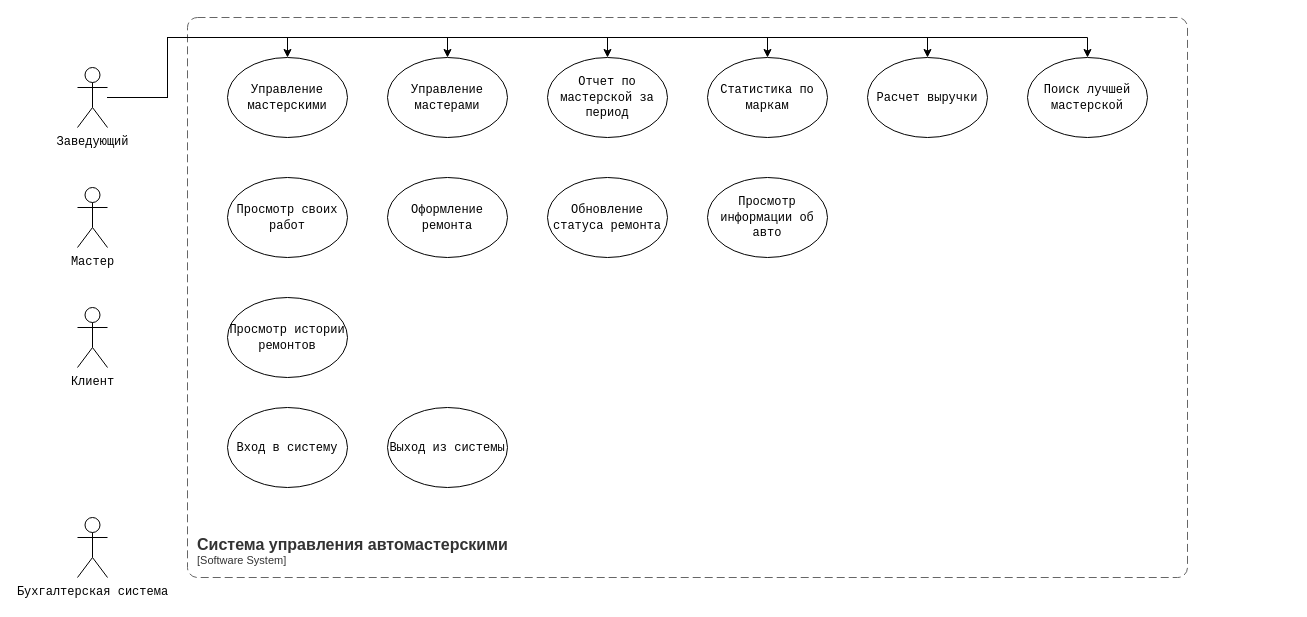
Above: drawio/p1.drawio in NgdMav/tpmp-lab4-uml (draw.io), before the change. Source tidied: cells renumbered, new cells numbered last; positions are measured from the earlier drawing's top-left corner, leaving out a move shared by most shapes. Both pictures are drawn from the tidied source at 100%, with x=0, y=0 at pixel (77, 17).
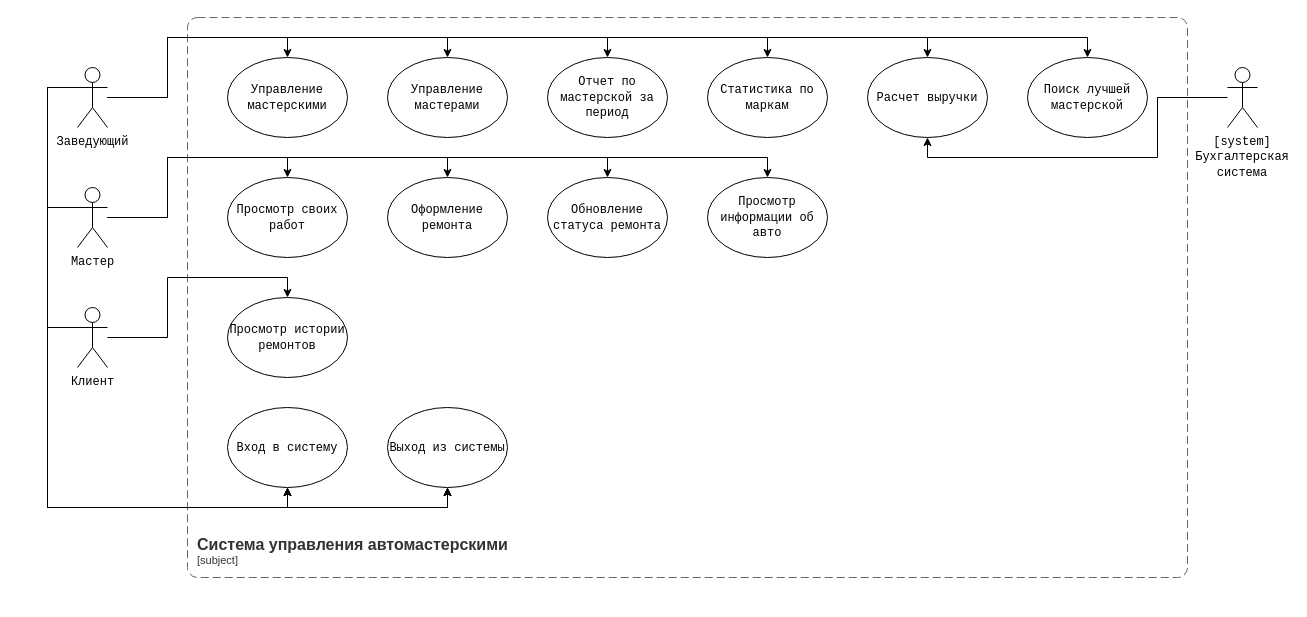
After the change.

The change refers to these unchanged cells:
```xml
<mxCell id="9" value="&lt;code&gt;Заведующий&lt;/code&gt;" style="shape=umlActor;verticalLabelPosition=bottom;verticalAlign=top;html=1;outlineConnect=0;" parent="1" vertex="1">
  <mxGeometry y="50" width="30" height="60" as="geometry" />
</mxCell>
<mxCell id="10" value="&lt;code&gt;Мастер&lt;/code&gt;" style="shape=umlActor;verticalLabelPosition=bottom;verticalAlign=top;html=1;outlineConnect=0;" parent="1" vertex="1">
  <mxGeometry y="170" width="30" height="60" as="geometry" />
</mxCell>
<mxCell id="11" value="&lt;code&gt;Клиент&lt;/code&gt;" style="shape=umlActor;verticalLabelPosition=bottom;verticalAlign=top;html=1;outlineConnect=0;" parent="1" vertex="1">
  <mxGeometry y="290" width="30" height="60" as="geometry" />
</mxCell>
<mxCell id="17" value="&lt;code&gt;Расчет выручки&lt;/code&gt;" style="ellipse;whiteSpace=wrap;html=1;" parent="1" vertex="1">
  <mxGeometry x="790" y="40" width="120" height="80" as="geometry" />
</mxCell>
<mxCell id="19" value="&lt;code&gt;Просмотр своих работ&lt;/code&gt;" style="ellipse;whiteSpace=wrap;html=1;" parent="1" vertex="1">
  <mxGeometry x="150" y="160" width="120" height="80" as="geometry" />
</mxCell>
<mxCell id="20" value="&lt;code&gt;Оформление ремонта&lt;/code&gt;" style="ellipse;whiteSpace=wrap;html=1;" parent="1" vertex="1">
  <mxGeometry x="310" y="160" width="120" height="80" as="geometry" />
</mxCell>
<mxCell id="21" value="&lt;code&gt;Обновление статуса ремонта&lt;/code&gt;" style="ellipse;whiteSpace=wrap;html=1;" parent="1" vertex="1">
  <mxGeometry x="470" y="160" width="120" height="80" as="geometry" />
</mxCell>
<mxCell id="22" value="&lt;code&gt;Просмотр информации об авто&lt;/code&gt;" style="ellipse;whiteSpace=wrap;html=1;" parent="1" vertex="1">
  <mxGeometry x="630" y="160" width="120" height="80" as="geometry" />
</mxCell>
<mxCell id="23" value="&lt;code&gt;Просмотр истории ремонтов&lt;/code&gt;" style="ellipse;whiteSpace=wrap;html=1;" parent="1" vertex="1">
  <mxGeometry x="150" y="280" width="120" height="80" as="geometry" />
</mxCell>
<mxCell id="24" value="&lt;code&gt;Вход в систему&lt;/code&gt;" style="ellipse;whiteSpace=wrap;html=1;" parent="1" vertex="1">
  <mxGeometry x="150" y="390" width="120" height="80" as="geometry" />
</mxCell>
<mxCell id="25" value="&lt;code&gt;Выход из системы&lt;/code&gt;" style="ellipse;whiteSpace=wrap;html=1;" parent="1" vertex="1">
  <mxGeometry x="310" y="390" width="120" height="80" as="geometry" />
</mxCell>
```

The edit, as a diff of the source:
```diff
@@
-    <object id="2" label="&lt;font style=&quot;font-size: 16px&quot;&gt;&lt;b&gt;&lt;div style=&quot;text-align: left&quot;&gt;%c4Name%&lt;/div&gt;&lt;/b&gt;&lt;/font&gt;&lt;div style=&quot;text-align: left&quot;&gt;[%c4Application%]&lt;/div&gt;" c4Application="Software System" c4Name="Система управления автомастерскими" placeholders="1">
+    <object id="2" label="&lt;font style=&quot;font-size: 16px&quot;&gt;&lt;b&gt;&lt;div style=&quot;text-align: left&quot;&gt;%c4Name%&lt;/div&gt;&lt;/b&gt;&lt;/font&gt;&lt;div style=&quot;text-align: left&quot;&gt;[%c4Application%]&lt;/div&gt;" c4Application="subject" c4Name="Система управления автомастерскими" placeholders="1">
       <mxCell style="rounded=1;fontSize=11;whiteSpace=wrap;html=1;dashed=1;arcSize=20;fillColor=none;strokeColor=#666666;fontColor=#333333;labelBackgroundColor=none;align=left;verticalAlign=bottom;labelBorderColor=none;spacingTop=0;spacing=10;dashPattern=8 4;perimeter=rectanglePerimeter;noLabel=0;labelPadding=0;absoluteArcSize=1;" parent="1" vertex="1">
         <mxGeometry x="110" width="1000" height="560" as="geometry" />
       </mxCell>
     </object>
@@
+    <mxCell id="26" style="edgeStyle=orthogonalEdgeStyle;rounded=0;jettySize=auto;html=1;entryX=0.5;entryY=1;entryDx=0;entryDy=0;exitX=0;exitY=0.3333333333333333;exitDx=0;exitDy=0;exitPerimeter=0;" parent="1" edge="1" source="9" target="24">
+      <mxGeometry relative="1" as="geometry">
+        <Array as="points">
+          <mxPoint x="-30" y="70" />
+          <mxPoint x="-30" y="490" />
+          <mxPoint x="210" y="490" />
+        </Array>
+      </mxGeometry>
+    </mxCell>
+    <mxCell id="27" style="edgeStyle=orthogonalEdgeStyle;rounded=0;jettySize=auto;html=1;entryX=0.5;entryY=1;entryDx=0;entryDy=0;exitX=0;exitY=0.3333333333333333;exitDx=0;exitDy=0;exitPerimeter=0;" parent="1" edge="1" source="9" target="25">
+      <mxGeometry relative="1" as="geometry">
+        <Array as="points">
+          <mxPoint x="-30" y="70" />
+          <mxPoint x="-30" y="490" />
+          <mxPoint x="370" y="490" />
+        </Array>
+      </mxGeometry>
+    </mxCell>
@@
+    <mxCell id="28" style="edgeStyle=orthogonalEdgeStyle;rounded=0;jettySize=auto;html=1;entryX=0.5;entryY=0;entryDx=0;entryDy=0;" parent="1" edge="1" source="10" target="19">
+      <mxGeometry relative="1" as="geometry" />
+    </mxCell>
+    <mxCell id="29" style="edgeStyle=orthogonalEdgeStyle;rounded=0;jettySize=auto;html=1;entryX=0.5;entryY=0;entryDx=0;entryDy=0;" parent="1" edge="1" source="10" target="20">
+      <mxGeometry relative="1" as="geometry">
+        <Array as="points">
+          <mxPoint x="90" y="200" />
+          <mxPoint x="90" y="140" />
+          <mxPoint x="370" y="140" />
+        </Array>
+      </mxGeometry>
+    </mxCell>
+    <mxCell id="30" style="edgeStyle=orthogonalEdgeStyle;rounded=0;jettySize=auto;html=1;entryX=0.5;entryY=0;entryDx=0;entryDy=0;" parent="1" edge="1" source="10" target="21">
+      <mxGeometry relative="1" as="geometry">
+        <Array as="points">
+          <mxPoint x="90" y="200" />
+          <mxPoint x="90" y="140" />
+          <mxPoint x="530" y="140" />
+        </Array>
+      </mxGeometry>
+    </mxCell>
+    <mxCell id="31" style="edgeStyle=orthogonalEdgeStyle;rounded=0;jettySize=auto;html=1;entryX=0.5;entryY=0;entryDx=0;entryDy=0;" parent="1" edge="1" source="10" target="22">
+      <mxGeometry relative="1" as="geometry">
+        <Array as="points">
+          <mxPoint x="90" y="200" />
+          <mxPoint x="90" y="140" />
+          <mxPoint x="690" y="140" />
+        </Array>
+      </mxGeometry>
+    </mxCell>
+    <mxCell id="32" style="edgeStyle=orthogonalEdgeStyle;rounded=0;jettySize=auto;html=1;entryX=0.5;entryY=1;entryDx=0;entryDy=0;exitX=0;exitY=0.3333333333333333;exitDx=0;exitDy=0;exitPerimeter=0;" parent="1" edge="1" source="10" target="24">
+      <mxGeometry relative="1" as="geometry">
+        <Array as="points">
+          <mxPoint x="-30" y="190" />
+          <mxPoint x="-30" y="490" />
+          <mxPoint x="210" y="490" />
+        </Array>
+      </mxGeometry>
+    </mxCell>
+    <mxCell id="33" style="edgeStyle=orthogonalEdgeStyle;rounded=0;jettySize=auto;html=1;entryX=0.5;entryY=1;entryDx=0;entryDy=0;exitX=0;exitY=0.3333333333333333;exitDx=0;exitDy=0;exitPerimeter=0;" parent="1" edge="1" source="10" target="25">
+      <mxGeometry relative="1" as="geometry">
+        <Array as="points">
+          <mxPoint x="-30" y="190" />
+          <mxPoint x="-30" y="490" />
+          <mxPoint x="370" y="490" />
+        </Array>
+      </mxGeometry>
+    </mxCell>
@@
+    <mxCell id="34" style="edgeStyle=orthogonalEdgeStyle;rounded=0;jettySize=auto;html=1;entryX=0.5;entryY=0;entryDx=0;entryDy=0;" parent="1" edge="1" source="11" target="23">
+      <mxGeometry relative="1" as="geometry" />
+    </mxCell>
+    <mxCell id="35" style="edgeStyle=orthogonalEdgeStyle;rounded=0;jettySize=auto;html=1;entryX=0.5;entryY=1;entryDx=0;entryDy=0;exitX=0;exitY=0.3333333333333333;exitDx=0;exitDy=0;exitPerimeter=0;" parent="1" edge="1" source="11" target="24">
+      <mxGeometry relative="1" as="geometry">
+        <Array as="points">
+          <mxPoint x="-30" y="310" />
+          <mxPoint x="-30" y="490" />
+          <mxPoint x="210" y="490" />
+        </Array>
+      </mxGeometry>
+    </mxCell>
+    <mxCell id="36" style="edgeStyle=orthogonalEdgeStyle;rounded=0;jettySize=auto;html=1;entryX=0.5;entryY=1;entryDx=0;entryDy=0;exitX=0;exitY=0.3333333333333333;exitDx=0;exitDy=0;exitPerimeter=0;" parent="1" edge="1" source="11" target="25">
+      <mxGeometry relative="1" as="geometry">
+        <Array as="points">
+          <mxPoint x="-30" y="310" />
+          <mxPoint x="-30" y="490" />
+          <mxPoint x="370" y="490" />
+        </Array>
+      </mxGeometry>
+    </mxCell>
@@
+    <mxCell id="37" style="edgeStyle=orthogonalEdgeStyle;rounded=0;jettySize=auto;html=1;entryX=0.5;entryY=1;entryDx=0;entryDy=0;" parent="1" edge="1" source="12" target="17">
+      <mxGeometry relative="1" as="geometry">
+        <Array as="points">
+          <mxPoint x="1080" y="80" />
+          <mxPoint x="1080" y="140" />
+          <mxPoint x="850" y="140" />
+        </Array>
+      </mxGeometry>
+    </mxCell>
-    <mxCell id="12" value="&lt;code&gt;Бухгалтерская система&lt;/code&gt;" style="shape=umlActor;verticalLabelPosition=bottom;verticalAlign=top;html=1;outlineConnect=0;" parent="1" vertex="1">
-      <mxGeometry y="500" width="30" height="60" as="geometry" />
+    <mxCell id="12" value="&lt;code&gt;[&lt;/code&gt;&lt;code&gt;system&lt;/code&gt;&lt;code&gt;]&lt;br&gt;Бухгалтерская система&lt;/code&gt;" style="shape=umlActor;verticalLabelPosition=bottom;verticalAlign=top;html=1;outlineConnect=0;whiteSpace=wrap;" parent="1" vertex="1">
+      <mxGeometry x="1150" y="50" width="30" height="60" as="geometry" />
     </mxCell>
```
